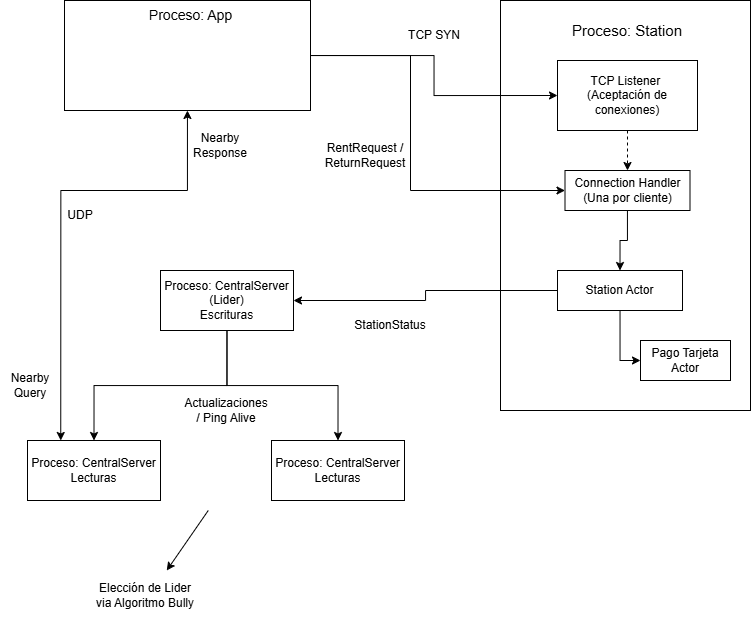
Earlier version of the draw.io export doc/thread_diagram.png (FacuMadotta/BiciRed). Source tidied: cells renumbered, new cells last; positions are measured from the earlier drawing's top-left corner, leaving out a move shared by most shapes.
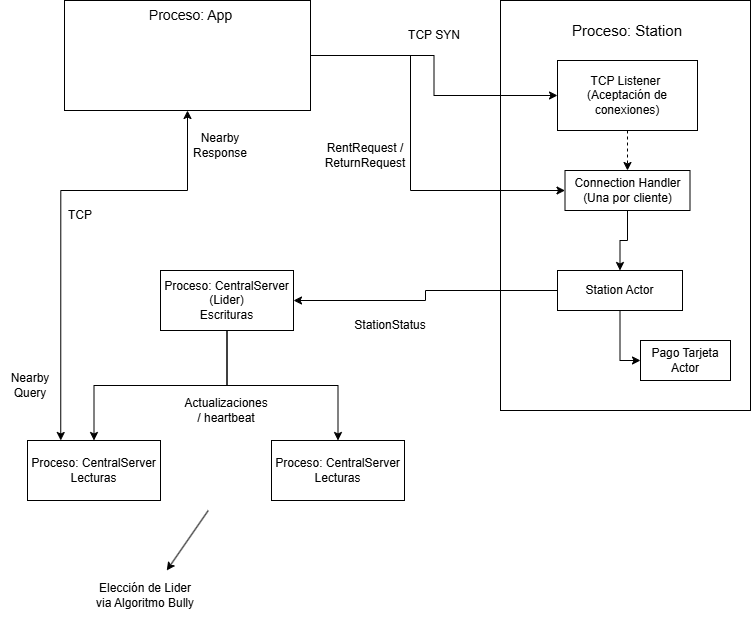
The same file after the commit.

Commit message:
Actualizo diagrama de threads

The edit, as a diff of the source:
```diff
@@ -51,7 +51,7 @@
     <mxCell id="14" value="Proceso: CentralServer&lt;div&gt;Lecturas&lt;/div&gt;" style="rounded=0;whiteSpace=wrap;html=1;" parent="1" vertex="1">
       <mxGeometry x="27" y="440" width="133" height="60" as="geometry" />
     </mxCell>
-    <mxCell id="15" value="Actualizaciones / Ping Alive" style="text;html=1;whiteSpace=wrap;strokeColor=none;fillColor=none;align=center;verticalAlign=middle;rounded=0;" parent="1" vertex="1">
+    <mxCell id="15" value="Actualizaciones / heartbeat" style="text;html=1;whiteSpace=wrap;strokeColor=none;fillColor=none;align=center;verticalAlign=middle;rounded=0;" parent="1" vertex="1">
       <mxGeometry x="182" y="390" width="88" height="40" as="geometry" />
     </mxCell>
     <mxCell id="16" style="endArrow=classic;html=1;rounded=0;" parent="1" edge="1">
@@ -90,7 +90,7 @@
     <mxCell id="26" value="Station Actor" style="rounded=0;whiteSpace=wrap;html=1;" parent="1" vertex="1">
       <mxGeometry x="557" y="270" width="125" height="40" as="geometry" />
     </mxCell>
-    <mxCell id="27" value="UDP" style="text;html=1;whiteSpace=wrap;strokeColor=none;fillColor=none;align=center;verticalAlign=middle;rounded=0;" parent="1" vertex="1">
+    <mxCell id="27" value="TCP" style="text;html=1;whiteSpace=wrap;strokeColor=none;fillColor=none;align=center;verticalAlign=middle;rounded=0;" parent="1" vertex="1">
       <mxGeometry x="50" y="200" width="60" height="30" as="geometry" />
     </mxCell>
     <mxCell id="28" value="Pago Tarjeta Actor" style="rounded=0;whiteSpace=wrap;html=1;" parent="1" vertex="1">
```
